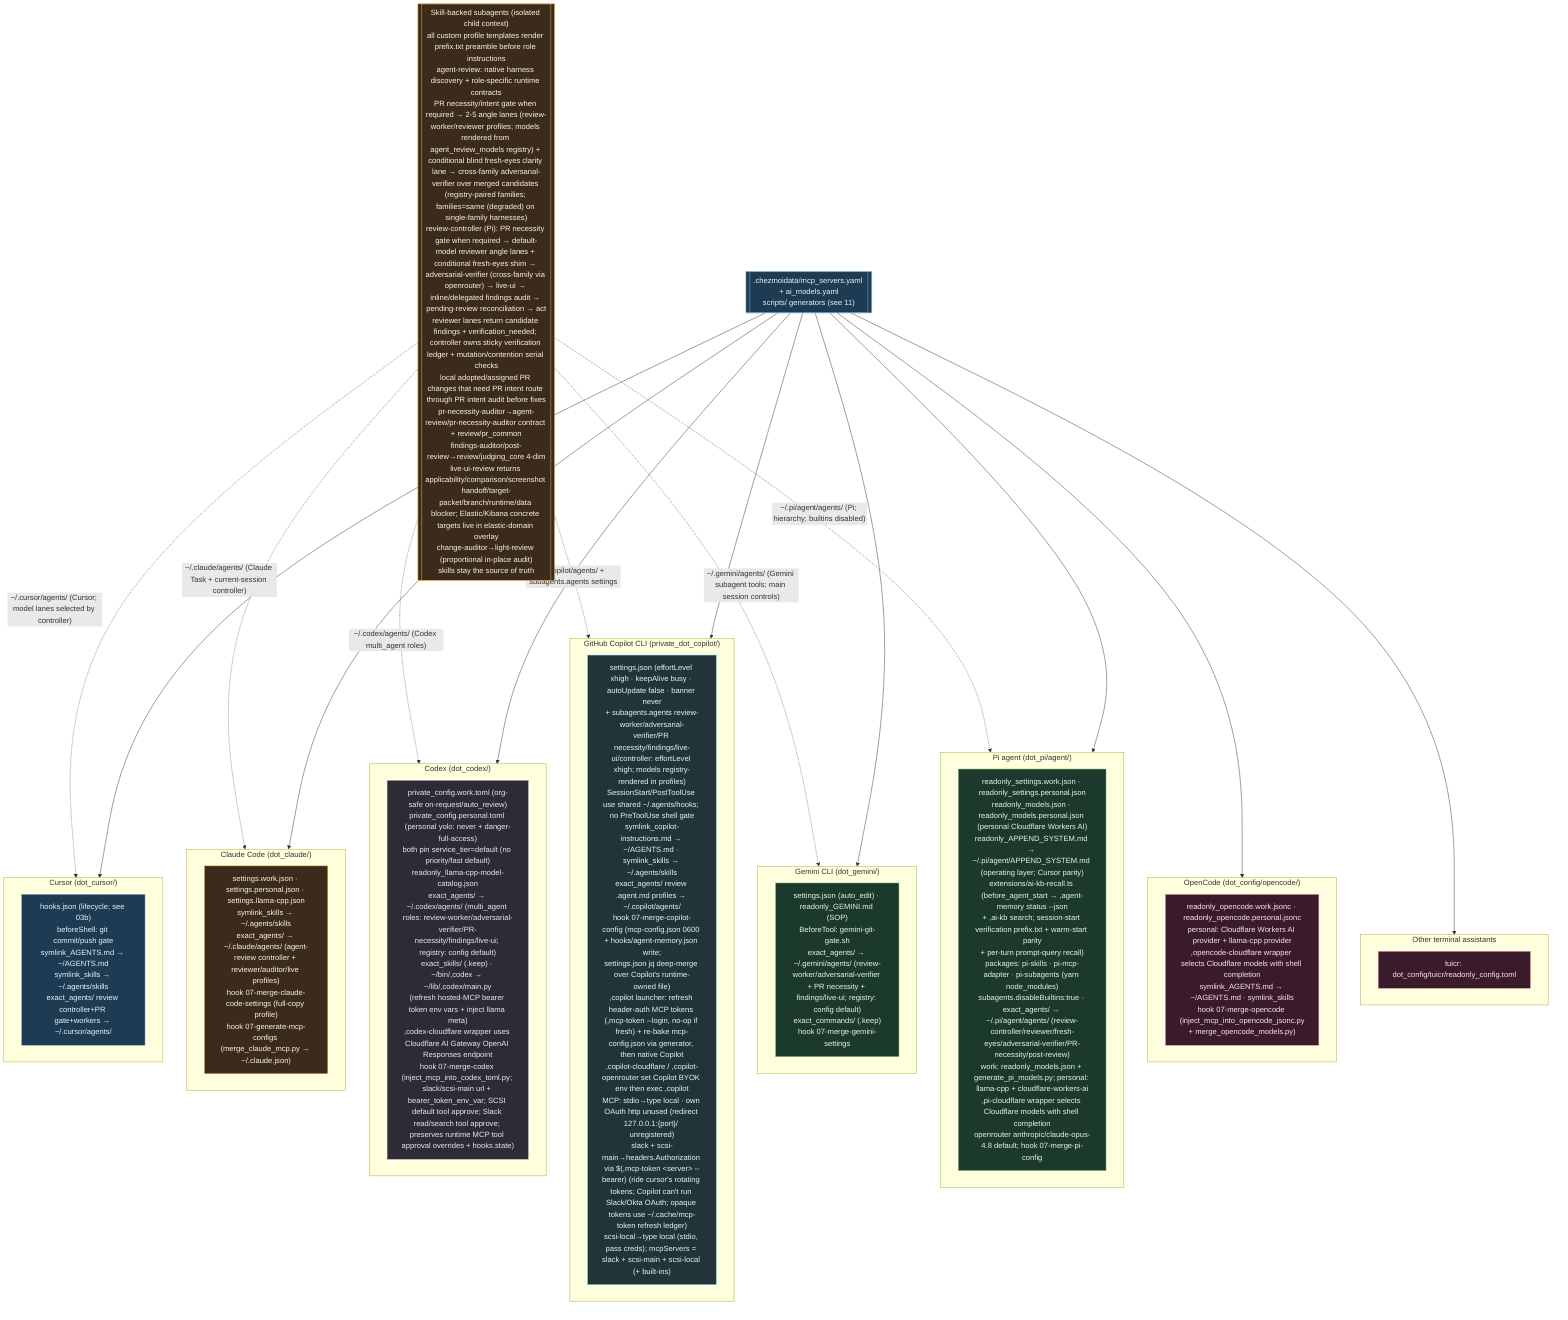
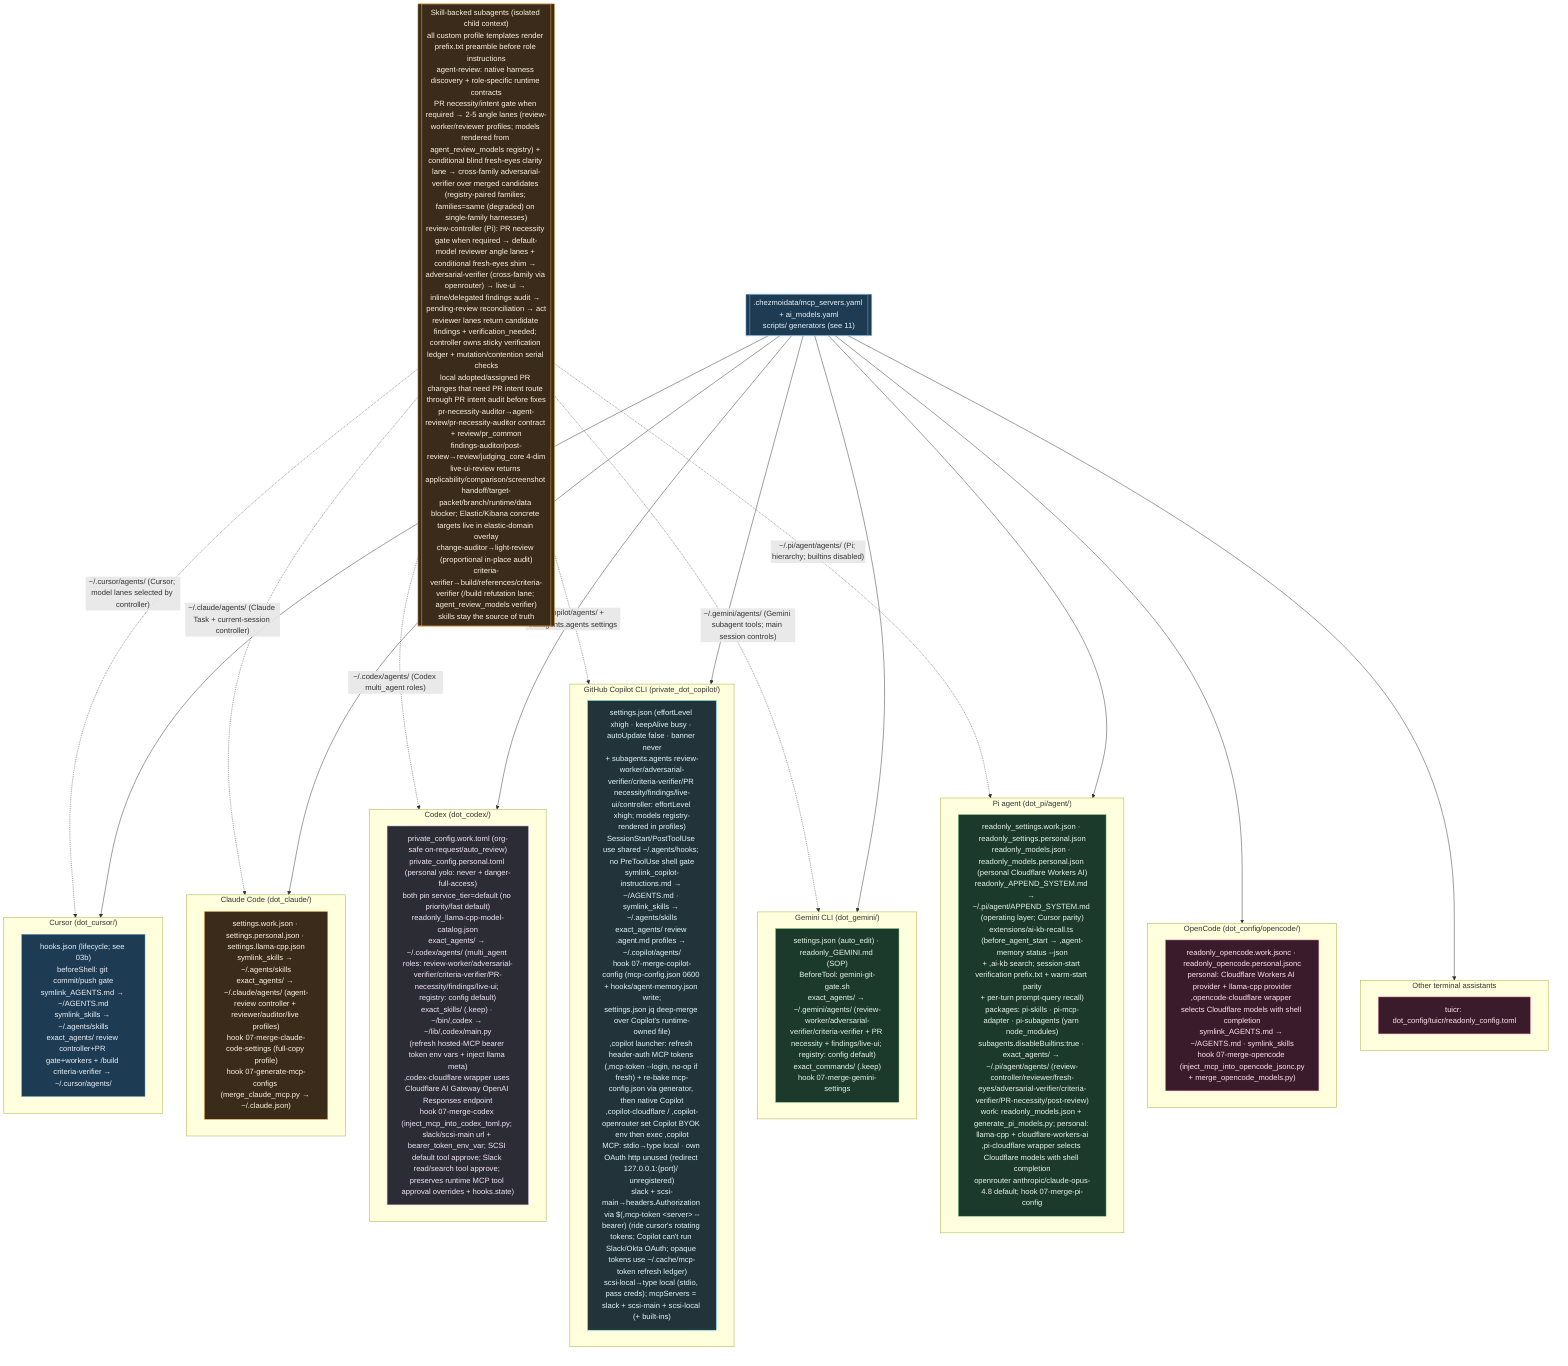
%% ============================================================================
%% 12-ai-tool-configs.mmd — Every per-tool AI config file in home/.
%% Pattern: source carries .work + .personal variants; a 07-merge-* hook picks
%% by isWork and merges generated MCP/model blocks into the live config.
%% ============================================================================
flowchart TB
    classDef cursor fill:#1d3b53,stroke:#7fb3d5,color:#eaf2f8;
    classDef claude fill:#3a2b1b,stroke:#ffb74d,color:#fff3e0;
    classDef codex fill:#2c2c34,stroke:#b39ddb,color:#f3e5f5;
    classDef gem fill:#1b3a2b,stroke:#81c784,color:#e8f5e9;
    classDef oc fill:#3a1b2b,stroke:#f48fb1,color:#fce4ec;
    classDef cop fill:#22343a,stroke:#4dd0e1,color:#e0f7fa;

    subgraph CURSOR["Cursor (dot_cursor/)"]
-         CU["hooks.json (lifecycle; see 03b)<br/>beforeShell: git commit/push gate<br/>symlink_AGENTS.md → ~/AGENTS.md<br/>symlink_skills → ~/.agents/skills<br/>exact_agents/ review controller+PR gate+workers → ~/.cursor/agents/"]:::cursor
+         CU["hooks.json (lifecycle; see 03b)<br/>beforeShell: git commit/push gate<br/>symlink_AGENTS.md → ~/AGENTS.md<br/>symlink_skills → ~/.agents/skills<br/>exact_agents/ review controller+PR gate+workers + /build criteria-verifier → ~/.cursor/agents/"]:::cursor
    end

    subgraph CLAUDE["Claude Code (dot_claude/)"]
        CLD["settings.work.json · settings.personal.json · settings.llama-cpp.json<br/>symlink_skills → ~/.agents/skills<br/>exact_agents/ → ~/.claude/agents/ (agent-review controller + reviewer/auditor/live profiles)<br/>hook 07-merge-claude-code-settings (full-copy profile)<br/>hook 07-generate-mcp-configs (merge_claude_mcp.py → ~/.claude.json)"]:::claude
    end

    subgraph CODEX["Codex (dot_codex/)"]
-         CDX["private_config.work.toml (org-safe on-request/auto_review)<br/>private_config.personal.toml (personal yolo: never + danger-full-access)<br/>both pin service_tier=default (no priority/fast default)<br/>readonly_llama-cpp-model-catalog.json<br/>exact_agents/ → ~/.codex/agents/ (multi_agent roles: review-worker/adversarial-verifier/PR-necessity/findings/live-ui; registry: config default)<br/>exact_skills/ (.keep) · ~/bin/,codex → ~/lib/,codex/main.py<br/>(refresh hosted-MCP bearer token env vars + inject llama meta)<br/>,codex-cloudflare wrapper uses Cloudflare AI Gateway OpenAI Responses endpoint<br/>hook 07-merge-codex (inject_mcp_into_codex_toml.py; slack/scsi-main url + bearer_token_env_var; SCSI default tool approve; Slack read/search tool approve; preserves runtime MCP tool approval overrides + hooks.state)"]:::codex
+         CDX["private_config.work.toml (org-safe on-request/auto_review)<br/>private_config.personal.toml (personal yolo: never + danger-full-access)<br/>both pin service_tier=default (no priority/fast default)<br/>readonly_llama-cpp-model-catalog.json<br/>exact_agents/ → ~/.codex/agents/ (multi_agent roles: review-worker/adversarial-verifier/criteria-verifier/PR-necessity/findings/live-ui; registry: config default)<br/>exact_skills/ (.keep) · ~/bin/,codex → ~/lib/,codex/main.py<br/>(refresh hosted-MCP bearer token env vars + inject llama meta)<br/>,codex-cloudflare wrapper uses Cloudflare AI Gateway OpenAI Responses endpoint<br/>hook 07-merge-codex (inject_mcp_into_codex_toml.py; slack/scsi-main url + bearer_token_env_var; SCSI default tool approve; Slack read/search tool approve; preserves runtime MCP tool approval overrides + hooks.state)"]:::codex
    end

    subgraph GEMINI["Gemini CLI (dot_gemini/)"]
-         GMN["settings.json (auto_edit) · readonly_GEMINI.md (SOP)<br/>BeforeTool: gemini-git-gate.sh<br/>exact_agents/ → ~/.gemini/agents/ (review-worker/adversarial-verifier + PR necessity + findings/live-ui; registry: config default)<br/>exact_commands/ (.keep)<br/>hook 07-merge-gemini-settings"]:::gem
+         GMN["settings.json (auto_edit) · readonly_GEMINI.md (SOP)<br/>BeforeTool: gemini-git-gate.sh<br/>exact_agents/ → ~/.gemini/agents/ (review-worker/adversarial-verifier/criteria-verifier + PR necessity + findings/live-ui; registry: config default)<br/>exact_commands/ (.keep)<br/>hook 07-merge-gemini-settings"]:::gem
    end

    subgraph OPENCODE["OpenCode (dot_config/opencode/)"]
        OPC["readonly_opencode.work.jsonc · readonly_opencode.personal.jsonc<br/>personal: Cloudflare Workers AI provider + llama-cpp provider<br/>,opencode-cloudflare wrapper selects Cloudflare models with shell completion<br/>symlink_AGENTS.md → ~/AGENTS.md · symlink_skills<br/>hook 07-merge-opencode (inject_mcp_into_opencode_jsonc.py<br/>+ merge_opencode_models.py)"]:::oc
    end

    subgraph PI["Pi agent (dot_pi/agent/)"]
-         PIA["readonly_settings.work.json · readonly_settings.personal.json<br/>readonly_models.json · readonly_models.personal.json (personal Cloudflare Workers AI)<br/>readonly_APPEND_SYSTEM.md → ~/.pi/agent/APPEND_SYSTEM.md (operating layer; Cursor parity)<br/>extensions/ai-kb-recall.ts (before_agent_start → ,agent-memory status --json<br/>+ ,ai-kb search; session-start verification prefix.txt + warm-start parity<br/>+ per-turn prompt-query recall)<br/>packages: pi-skills · pi-mcp-adapter · pi-subagents (yarn node_modules)<br/>subagents.disableBuiltins:true · exact_agents/ → ~/.pi/agent/agents/ (review-controller/reviewer/fresh-eyes/adversarial-verifier/PR-necessity/post-review)<br/>work: readonly_models.json + generate_pi_models.py; personal: llama-cpp + cloudflare-workers-ai<br/>,pi-cloudflare wrapper selects Cloudflare models with shell completion<br/>openrouter anthropic/claude-opus-4.8 default; hook 07-merge-pi-config"]:::gem
+         PIA["readonly_settings.work.json · readonly_settings.personal.json<br/>readonly_models.json · readonly_models.personal.json (personal Cloudflare Workers AI)<br/>readonly_APPEND_SYSTEM.md → ~/.pi/agent/APPEND_SYSTEM.md (operating layer; Cursor parity)<br/>extensions/ai-kb-recall.ts (before_agent_start → ,agent-memory status --json<br/>+ ,ai-kb search; session-start verification prefix.txt + warm-start parity<br/>+ per-turn prompt-query recall)<br/>packages: pi-skills · pi-mcp-adapter · pi-subagents (yarn node_modules)<br/>subagents.disableBuiltins:true · exact_agents/ → ~/.pi/agent/agents/ (review-controller/reviewer/fresh-eyes/adversarial-verifier/criteria-verifier/PR-necessity/post-review)<br/>work: readonly_models.json + generate_pi_models.py; personal: llama-cpp + cloudflare-workers-ai<br/>,pi-cloudflare wrapper selects Cloudflare models with shell completion<br/>openrouter anthropic/claude-opus-4.8 default; hook 07-merge-pi-config"]:::gem
    end

    subgraph COPILOT["GitHub Copilot CLI (private_dot_copilot/)"]
-         COP["settings.json (effortLevel xhigh · keepAlive busy · autoUpdate false · banner never<br/>+ subagents.agents review-worker/adversarial-verifier/PR necessity/findings/live-ui/controller: effortLevel xhigh; models registry-rendered in profiles)<br/>SessionStart/PostToolUse use shared ~/.agents/hooks; no PreToolUse shell gate<br/>symlink_copilot-instructions.md → ~/AGENTS.md · symlink_skills → ~/.agents/skills<br/>exact_agents/ review .agent.md profiles → ~/.copilot/agents/<br/>hook 07-merge-copilot-config (mcp-config.json 0600 + hooks/agent-memory.json write;<br/>settings.json jq deep-merge over Copilot's runtime-owned file)<br/>,copilot launcher: refresh header-auth MCP tokens (,mcp-token --login, no-op if fresh) + re-bake mcp-config.json via generator, then native Copilot<br/>,copilot-cloudflare / ,copilot-openrouter set Copilot BYOK env then exec ,copilot<br/>MCP: stdio→type local · own OAuth http unused (redirect 127.0.0.1:{port}/ unregistered)<br/>slack + scsi-main→headers.Authorization via $(,mcp-token &lt;server&gt; --bearer) (ride cursor's rotating tokens; Copilot can't run Slack/Okta OAuth; opaque tokens use ~/.cache/mcp-token refresh ledger)<br/>scsi-local→type local (stdio, pass creds); mcpServers = slack + scsi-main + scsi-local (+ built-ins)"]:::cop
+         COP["settings.json (effortLevel xhigh · keepAlive busy · autoUpdate false · banner never<br/>+ subagents.agents review-worker/adversarial-verifier/criteria-verifier/PR necessity/findings/live-ui/controller: effortLevel xhigh; models registry-rendered in profiles)<br/>SessionStart/PostToolUse use shared ~/.agents/hooks; no PreToolUse shell gate<br/>symlink_copilot-instructions.md → ~/AGENTS.md · symlink_skills → ~/.agents/skills<br/>exact_agents/ review .agent.md profiles → ~/.copilot/agents/<br/>hook 07-merge-copilot-config (mcp-config.json 0600 + hooks/agent-memory.json write;<br/>settings.json jq deep-merge over Copilot's runtime-owned file)<br/>,copilot launcher: refresh header-auth MCP tokens (,mcp-token --login, no-op if fresh) + re-bake mcp-config.json via generator, then native Copilot<br/>,copilot-cloudflare / ,copilot-openrouter set Copilot BYOK env then exec ,copilot<br/>MCP: stdio→type local · own OAuth http unused (redirect 127.0.0.1:{port}/ unregistered)<br/>slack + scsi-main→headers.Authorization via $(,mcp-token &lt;server&gt; --bearer) (ride cursor's rotating tokens; Copilot can't run Slack/Okta OAuth; opaque tokens use ~/.cache/mcp-token refresh ledger)<br/>scsi-local→type local (stdio, pass creds); mcpServers = slack + scsi-main + scsi-local (+ built-ins)"]:::cop
    end

    subgraph OTHER["Other terminal assistants"]
        TUI["tuicr: dot_config/tuicr/readonly_config.toml"]:::oc
    end

    REG[[".chezmoidata/mcp_servers.yaml + ai_models.yaml<br/>scripts/ generators (see 11)"]]:::cursor
    REG --> CURSOR & CLAUDE & CODEX & GEMINI & OPENCODE & PI & COPILOT & OTHER

-     SUBA[["Skill-backed subagents (isolated child context)<br/>all custom profile templates render prefix.txt preamble before role instructions<br/>agent-review: native harness discovery + role-specific runtime contracts<br/>PR necessity/intent gate when required → 2-5 angle lanes (review-worker/reviewer profiles; models rendered from agent_review_models registry) + conditional blind fresh-eyes clarity lane → cross-family adversarial-verifier over merged candidates (registry-paired families; families=same (degraded) on single-family harnesses)<br/>review-controller (Pi): PR necessity gate when required → default-model reviewer angle lanes + conditional fresh-eyes shim → adversarial-verifier (cross-family via openrouter) → live-ui → inline/delegated findings audit → pending-review reconciliation → act<br/>reviewer lanes return candidate findings + verification_needed; controller owns sticky verification ledger + mutation/contention serial checks<br/>local adopted/assigned PR changes that need PR intent route through PR intent audit before fixes<br/>pr-necessity-auditor→agent-review/pr-necessity-auditor contract + review/pr_common<br/>findings-auditor/post-review→review/judging_core 4-dim<br/>live-ui-review returns applicability/comparison/screenshot handoff/target-packet/branch/runtime/data blocker; Elastic/Kibana concrete targets live in elastic-domain overlay<br/>change-auditor→light-review (proportional in-place audit)<br/>skills stay the source of truth"]]:::claude
+     SUBA[["Skill-backed subagents (isolated child context)<br/>all custom profile templates render prefix.txt preamble before role instructions<br/>agent-review: native harness discovery + role-specific runtime contracts<br/>PR necessity/intent gate when required → 2-5 angle lanes (review-worker/reviewer profiles; models rendered from agent_review_models registry) + conditional blind fresh-eyes clarity lane → cross-family adversarial-verifier over merged candidates (registry-paired families; families=same (degraded) on single-family harnesses)<br/>review-controller (Pi): PR necessity gate when required → default-model reviewer angle lanes + conditional fresh-eyes shim → adversarial-verifier (cross-family via openrouter) → live-ui → inline/delegated findings audit → pending-review reconciliation → act<br/>reviewer lanes return candidate findings + verification_needed; controller owns sticky verification ledger + mutation/contention serial checks<br/>local adopted/assigned PR changes that need PR intent route through PR intent audit before fixes<br/>pr-necessity-auditor→agent-review/pr-necessity-auditor contract + review/pr_common<br/>findings-auditor/post-review→review/judging_core 4-dim<br/>live-ui-review returns applicability/comparison/screenshot handoff/target-packet/branch/runtime/data blocker; Elastic/Kibana concrete targets live in elastic-domain overlay<br/>change-auditor→light-review (proportional in-place audit)<br/>criteria-verifier→build/references/criteria-verifier (/build refutation lane; agent_review_models verifier)<br/>skills stay the source of truth"]]:::claude
    SUBA -.->|"~/.cursor/agents/ (Cursor; model lanes selected by controller)"| CURSOR
    SUBA -.->|"~/.copilot/agents/ + subagents.agents settings"| COPILOT
    SUBA -.->|"~/.claude/agents/ (Claude Task + current-session controller)"| CLAUDE
    SUBA -.->|"~/.codex/agents/ (Codex multi_agent roles)"| CODEX
    SUBA -.->|"~/.gemini/agents/ (Gemini subagent tools; main session controls)"| GEMINI
    SUBA -.->|"~/.pi/agent/agents/ (Pi; hierarchy; builtins disabled)"| PI
